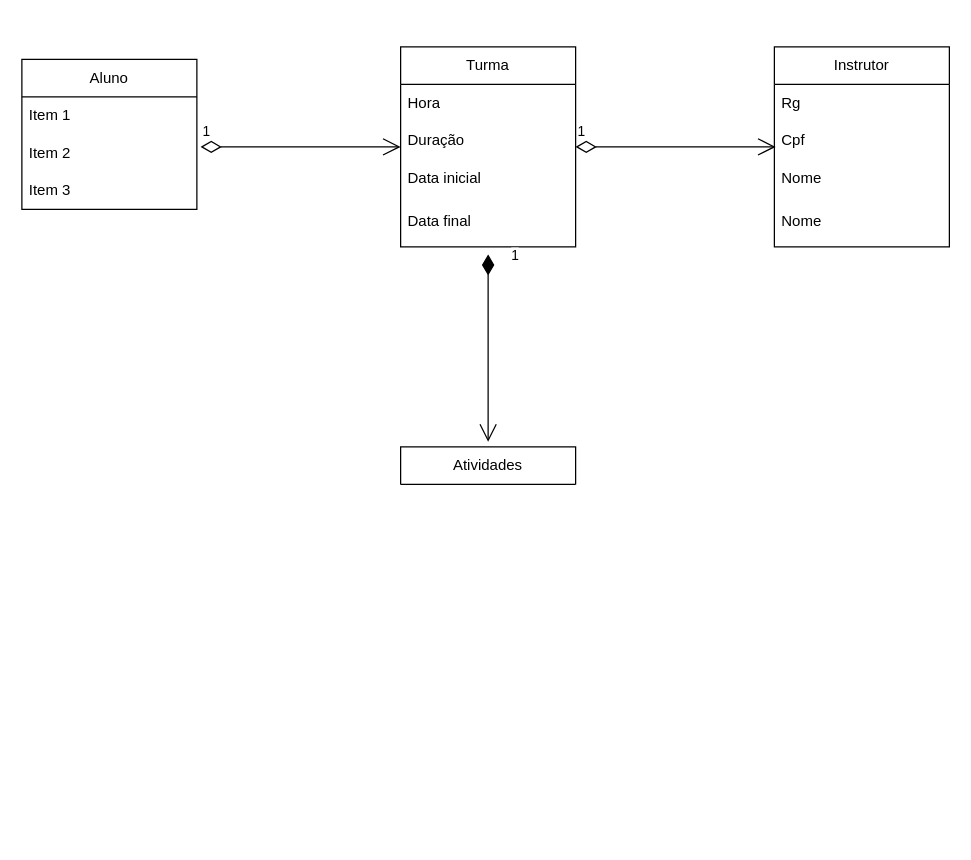
Paulobenaia/banco-de-dados keeps this draw.io diagram as aluno.drawio. Above is the earlier version. Source tidied: cells renumbered, new cells numbered last; positions are measured from the earlier drawing's top-left corner, leaving out a move shared by most shapes. Both pictures are drawn from the tidied source at 125%, with x=0, y=0 at pixel (21, 46).
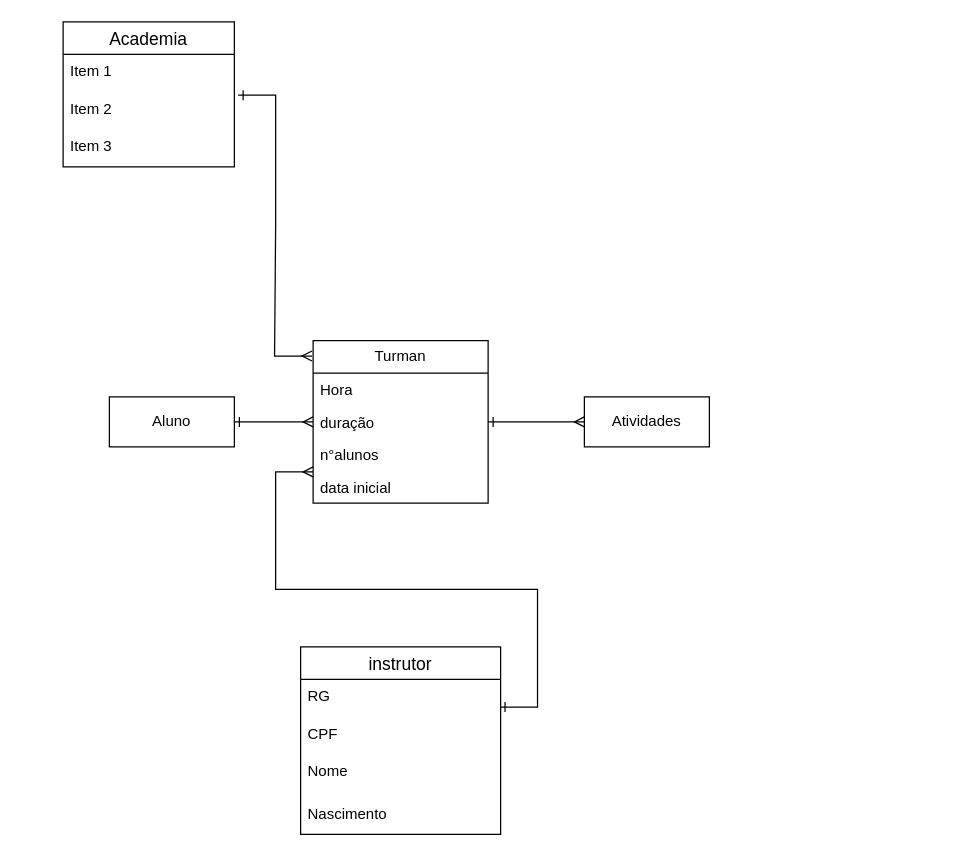
Above is the later version.

Diff of the diagram source:
```diff
@@
-    <mxCell id="2" value="Turma" style="swimlane;fontStyle=0;horizontal=1;startSize=30;whiteSpace=wrap;html=1;" parent="1" vertex="1">
-      <mxGeometry x="303" width="140" height="160" as="geometry" />
-    </mxCell>
+    <mxCell id="8" value="Aluno" style="whiteSpace=wrap;html=1;align=center;" parent="1" vertex="1">
+      <mxGeometry x="70" y="280" width="100" height="40" as="geometry" />
+    </mxCell>
+    <mxCell id="20" value="Turman" style="swimlane;fontStyle=0;horizontal=1;startSize=26;fillColor=none;whiteSpace=wrap;html=1;" parent="1" vertex="1">
+      <mxGeometry x="233" y="235" width="140" height="130" as="geometry" />
+    </mxCell>
-    <mxCell id="3" value="&lt;div&gt;Hora&lt;/div&gt;" style="text;strokeColor=none;fillColor=none;align=left;verticalAlign=middle;spacingLeft=4;spacingRight=4;overflow=hidden;whiteSpace=wrap;html=1;" parent="2" vertex="1">
-      <mxGeometry y="30" width="140" height="30" as="geometry" />
+    <mxCell id="3" value="Hora" style="text;strokeColor=none;fillColor=none;align=left;verticalAlign=top;spacingLeft=4;spacingRight=4;overflow=hidden;whiteSpace=wrap;html=1;" parent="20" vertex="1">
+      <mxGeometry y="26" width="140" height="26" as="geometry" />
     </mxCell>
-    <mxCell id="4" value="Duração" style="text;strokeColor=none;fillColor=none;align=left;verticalAlign=middle;spacingLeft=4;spacingRight=4;overflow=hidden;whiteSpace=wrap;html=1;" parent="2" vertex="1">
-      <mxGeometry y="60" width="140" height="30" as="geometry" />
-    </mxCell>
-    <mxCell id="5" value="Data inicial" style="text;strokeColor=none;fillColor=none;align=left;verticalAlign=middle;spacingLeft=4;spacingRight=4;overflow=hidden;whiteSpace=wrap;html=1;" parent="2" vertex="1">
-      <mxGeometry y="90" width="140" height="30" as="geometry" />
-    </mxCell>
-    <mxCell id="6" value="&lt;div&gt;Data final&lt;br&gt;&lt;/div&gt;" style="text;strokeColor=none;fillColor=none;align=left;verticalAlign=middle;spacingLeft=4;spacingRight=4;overflow=hidden;whiteSpace=wrap;html=1;" parent="2" vertex="1">
-      <mxGeometry y="120" width="140" height="40" as="geometry" />
-    </mxCell>
-    <mxCell id="7" value="1" style="endArrow=open;html=1;endSize=12;startArrow=diamondThin;startSize=14;startFill=0;edgeStyle=orthogonalEdgeStyle;align=left;verticalAlign=bottom;rounded=0;" parent="1" edge="1">
-      <mxGeometry x="-1" y="3" relative="1" as="geometry">
-        <mxPoint x="143" y="80" as="sourcePoint" />
-        <mxPoint x="303" y="80" as="targetPoint" />
-      </mxGeometry>
-    </mxCell>
-    <mxCell id="8" value="Aluno" style="swimlane;fontStyle=0;horizontal=1;startSize=30;whiteSpace=wrap;html=1;" parent="1" vertex="1">
-      <mxGeometry y="10" width="140" height="120" as="geometry" />
-    </mxCell>
+    <mxCell id="21" value="duração" style="text;strokeColor=none;fillColor=none;align=left;verticalAlign=top;spacingLeft=4;spacingRight=4;overflow=hidden;points=[[0,0.5],[1,0.5]];portConstraint=eastwest;whiteSpace=wrap;html=1;" parent="20" vertex="1">
+      <mxGeometry y="52" width="140" height="26" as="geometry" />
+    </mxCell>
+    <mxCell id="22" value="n°alunos" style="text;strokeColor=none;fillColor=none;align=left;verticalAlign=top;spacingLeft=4;spacingRight=4;overflow=hidden;whiteSpace=wrap;html=1;" parent="20" vertex="1">
+      <mxGeometry y="78" width="140" height="26" as="geometry" />
+    </mxCell>
+    <mxCell id="23" value="data inicial" style="text;strokeColor=none;fillColor=none;align=left;verticalAlign=top;spacingLeft=4;spacingRight=4;overflow=hidden;whiteSpace=wrap;html=1;" parent="20" vertex="1">
+      <mxGeometry y="104" width="140" height="26" as="geometry" />
+    </mxCell>
+    <mxCell id="24" style="edgeStyle=entityRelationEdgeStyle;fontSize=12;html=1;endArrow=ERmany;rounded=0;exitX=1;exitY=0.5;exitDx=0;exitDy=0;entryX=0;entryY=0.5;entryDx=0;entryDy=0;startArrow=ERone;startFill=0;" parent="1" edge="1" source="8" target="21">
+      <mxGeometry relative="1" as="geometry" />
+    </mxCell>
+    <mxCell id="18" value="Atividades" style="whiteSpace=wrap;html=1;align=center;fontFamily=Helvetica;fontSize=12;fontColor=default;" parent="1" vertex="1">
+      <mxGeometry x="450" y="280" width="100" height="40" as="geometry" />
+    </mxCell>
+    <mxCell id="25" style="edgeStyle=entityRelationEdgeStyle;fontSize=12;html=1;endArrow=ERmany;rounded=0;startArrow=ERone;startFill=0;exitX=1;exitY=0.5;exitDx=0;exitDy=0;" parent="1" edge="1" source="21" target="18">
+      <mxGeometry relative="1" as="geometry" />
+    </mxCell>
+    <mxCell id="26" value="Academia" style="swimlane;fontStyle=0;horizontal=1;startSize=26;align=center;fontSize=14;fontFamily=Helvetica;fontColor=default;" parent="1" vertex="1">
+      <mxGeometry x="33" y="-20" width="137" height="116" as="geometry" />
+    </mxCell>
-    <mxCell id="9" value="Item 1" style="text;strokeColor=none;fillColor=none;align=left;verticalAlign=middle;spacingLeft=4;spacingRight=4;overflow=hidden;whiteSpace=wrap;html=1;" parent="8" vertex="1">
-      <mxGeometry y="30" width="140" height="30" as="geometry" />
+    <mxCell id="9" value="Item 1" style="text;strokeColor=none;fillColor=none;spacingLeft=4;spacingRight=4;overflow=hidden;fontSize=12;whiteSpace=wrap;html=1;fontFamily=Helvetica;fontColor=default;" parent="26" vertex="1">
+      <mxGeometry y="26" width="137" height="30" as="geometry" />
     </mxCell>
-    <mxCell id="10" value="Item 2" style="text;strokeColor=none;fillColor=none;align=left;verticalAlign=middle;spacingLeft=4;spacingRight=4;overflow=hidden;points=[[0,0.5],[1,0.5]];portConstraint=eastwest;whiteSpace=wrap;html=1;" parent="8" vertex="1">
-      <mxGeometry y="60" width="140" height="30" as="geometry" />
+    <mxCell id="10" value="Item 2" style="text;strokeColor=none;fillColor=none;spacingLeft=4;spacingRight=4;overflow=hidden;points=[[0,0.5],[1,0.5]];portConstraint=eastwest;fontSize=12;whiteSpace=wrap;html=1;fontFamily=Helvetica;fontColor=default;" parent="26" vertex="1">
+      <mxGeometry y="56" width="137" height="30" as="geometry" />
     </mxCell>
-    <mxCell id="11" value="Item 3" style="text;strokeColor=none;fillColor=none;align=left;verticalAlign=middle;spacingLeft=4;spacingRight=4;overflow=hidden;whiteSpace=wrap;html=1;" parent="8" vertex="1">
-      <mxGeometry y="90" width="140" height="30" as="geometry" />
+    <mxCell id="11" value="Item 3" style="text;strokeColor=none;fillColor=none;spacingLeft=4;spacingRight=4;overflow=hidden;fontSize=12;whiteSpace=wrap;html=1;fontFamily=Helvetica;fontColor=default;" parent="26" vertex="1">
+      <mxGeometry y="86" width="137" height="30" as="geometry" />
     </mxCell>
-    <mxCell id="12" value="1" style="endArrow=open;html=1;endSize=12;startArrow=diamondThin;startSize=14;startFill=0;edgeStyle=orthogonalEdgeStyle;align=left;verticalAlign=bottom;rounded=0;" parent="1" edge="1">
-      <mxGeometry x="-1" y="3" relative="1" as="geometry">
-        <mxPoint x="443" y="80" as="sourcePoint" />
-        <mxPoint x="603" y="80" as="targetPoint" />
-      </mxGeometry>
-    </mxCell>
-    <mxCell id="13" value="Instrutor" style="swimlane;fontStyle=0;horizontal=1;startSize=30;whiteSpace=wrap;html=1;" parent="1" vertex="1">
-      <mxGeometry x="602" width="140" height="160" as="geometry" />
-    </mxCell>
-    <mxCell id="14" value="Rg" style="text;strokeColor=none;fillColor=none;align=left;verticalAlign=middle;spacingLeft=4;spacingRight=4;overflow=hidden;whiteSpace=wrap;html=1;" parent="13" vertex="1">
-      <mxGeometry y="30" width="140" height="30" as="geometry" />
-    </mxCell>
-    <mxCell id="15" value="Cpf" style="text;strokeColor=none;fillColor=none;align=left;verticalAlign=middle;spacingLeft=4;spacingRight=4;overflow=hidden;whiteSpace=wrap;html=1;" parent="13" vertex="1">
-      <mxGeometry y="60" width="140" height="30" as="geometry" />
-    </mxCell>
-    <mxCell id="16" value="Nome" style="text;strokeColor=none;fillColor=none;align=left;verticalAlign=middle;spacingLeft=4;spacingRight=4;overflow=hidden;whiteSpace=wrap;html=1;" parent="13" vertex="1">
-      <mxGeometry y="90" width="140" height="30" as="geometry" />
-    </mxCell>
-    <mxCell id="17" value="Nome" style="text;strokeColor=none;fillColor=none;align=left;verticalAlign=middle;spacingLeft=4;spacingRight=4;overflow=hidden;whiteSpace=wrap;html=1;" parent="13" vertex="1">
-      <mxGeometry y="120" width="140" height="40" as="geometry" />
-    </mxCell>
-    <mxCell id="18" value="Atividades" style="swimlane;fontStyle=0;horizontal=1;startSize=30;whiteSpace=wrap;html=1;" parent="1" vertex="1">
-      <mxGeometry x="303" y="320" width="140" height="30" as="geometry" />
-    </mxCell>
-    <mxCell id="19" value="1" style="endArrow=open;html=1;endSize=12;startArrow=diamondThin;startSize=14;startFill=1;edgeStyle=orthogonalEdgeStyle;align=left;verticalAlign=bottom;rounded=0;entryX=0.5;entryY=0;entryDx=0;entryDy=0;" parent="1" edge="1">
-      <mxGeometry x="-0.87" y="17" relative="1" as="geometry">
-        <mxPoint x="373" y="166" as="sourcePoint" />
-        <mxPoint x="373" y="316" as="targetPoint" />
-      </mxGeometry>
-    </mxCell>
+    <mxCell id="27" style="edgeStyle=entityRelationEdgeStyle;fontSize=12;html=1;endArrow=ERmany;rounded=0;labelBackgroundColor=default;strokeColor=default;align=center;verticalAlign=middle;fontFamily=Helvetica;fontColor=default;shape=connector;exitX=1.022;exitY=0.087;exitDx=0;exitDy=0;exitPerimeter=0;entryX=-0.006;entryY=0.095;entryDx=0;entryDy=0;entryPerimeter=0;startArrow=ERone;startFill=0;" parent="1" edge="1" source="10" target="20">
+      <mxGeometry relative="1" as="geometry">
+        <Array as="points">
+          <mxPoint x="210" y="250" />
+        </Array>
+      </mxGeometry>
+    </mxCell>
+    <mxCell id="28" value="instrutor" style="swimlane;fontStyle=0;horizontal=1;startSize=26;align=center;fontSize=14;fontFamily=Helvetica;fontColor=default;" parent="1" vertex="1">
+      <mxGeometry x="223" y="480" width="160" height="150" as="geometry" />
+    </mxCell>
+    <mxCell id="29" value="RG" style="text;strokeColor=none;fillColor=none;spacingLeft=4;spacingRight=4;overflow=hidden;points=[[0,0.5],[1,0.5]];portConstraint=eastwest;fontSize=12;whiteSpace=wrap;html=1;fontFamily=Helvetica;fontColor=default;" parent="28" vertex="1">
+      <mxGeometry y="26" width="160" height="30" as="geometry" />
+    </mxCell>
+    <mxCell id="30" value="CPF" style="text;strokeColor=none;fillColor=none;spacingLeft=4;spacingRight=4;overflow=hidden;fontSize=12;whiteSpace=wrap;html=1;fontFamily=Helvetica;fontColor=default;" parent="28" vertex="1">
+      <mxGeometry y="56" width="160" height="30" as="geometry" />
+    </mxCell>
+    <mxCell id="31" value="Nome" style="text;strokeColor=none;fillColor=none;spacingLeft=4;spacingRight=4;overflow=hidden;fontSize=12;whiteSpace=wrap;html=1;fontFamily=Helvetica;fontColor=default;" parent="28" vertex="1">
+      <mxGeometry y="86" width="160" height="34" as="geometry" />
+    </mxCell>
+    <mxCell id="32" value="Nascimento" style="text;strokeColor=none;fillColor=none;spacingLeft=4;spacingRight=4;overflow=hidden;fontSize=12;whiteSpace=wrap;html=1;fontFamily=Helvetica;fontColor=default;fontStyle=0;" parent="28" vertex="1">
+      <mxGeometry y="120" width="160" height="30" as="geometry" />
+    </mxCell>
+    <mxCell id="33" style="edgeStyle=entityRelationEdgeStyle;fontSize=12;html=1;endArrow=ERmany;rounded=0;labelBackgroundColor=default;strokeColor=default;align=center;verticalAlign=middle;fontFamily=Helvetica;fontColor=default;shape=connector;exitX=0.997;exitY=0.739;exitDx=0;exitDy=0;exitPerimeter=0;startArrow=ERone;startFill=0;" parent="1" edge="1" source="29">
+      <mxGeometry relative="1" as="geometry">
+        <mxPoint x="233" y="340" as="targetPoint" />
+        <Array as="points">
+          <mxPoint x="-47" y="400" />
+        </Array>
+      </mxGeometry>
+    </mxCell>
```
